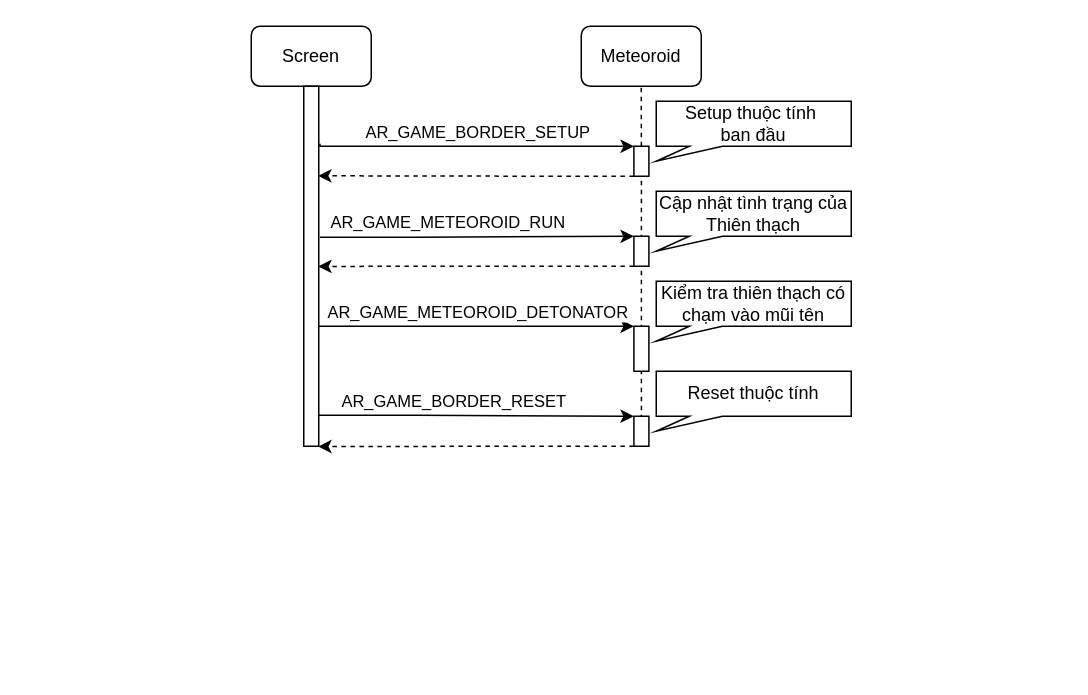
The draw.io diagram page "Page-2" (2 of 2) of meteoroid_sequence.drawio in QuocBuu/drawio, before the edit. Source tidied: cells renumbered, new cells numbered last; positions are measured from the earlier drawing's top-left corner, leaving out a move shared by most shapes. Both pictures are drawn from the tidied source at 150%, with x=0, y=0 at pixel (250, 26).
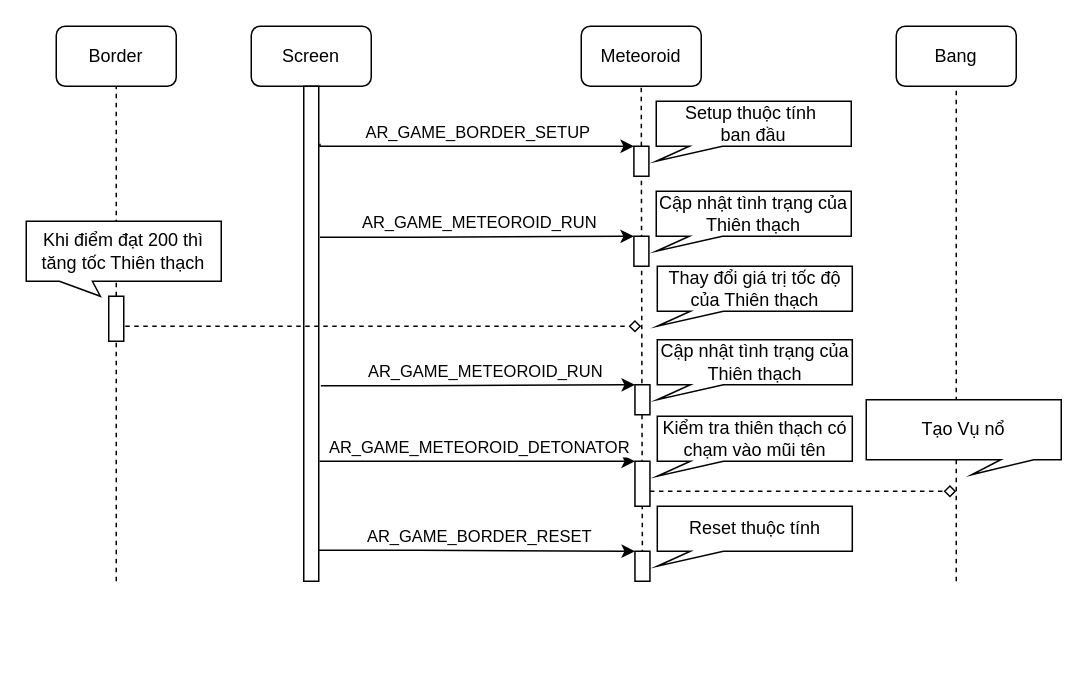
The same diagram, later.

Unchanged cells that the change refers to:
```xml
<mxCell id="10" style="rounded=0;whiteSpace=wrap;html=1;" parent="1" vertex="1">
  <mxGeometry x="255.1" y="80" width="10" height="20" as="geometry" />
</mxCell>
<mxCell id="19" style="edgeStyle=orthogonalEdgeStyle;rounded=0;jettySize=auto;html=1;entryX=0;entryY=0;entryDx=0;entryDy=0;exitX=1.076;exitY=0.265;exitDx=0;exitDy=0;exitPerimeter=0;" parent="1" edge="1" target="22">
  <mxGeometry relative="1" as="geometry">
    <mxPoint x="45.8" y="140.7" as="sourcePoint" />
    <Array as="points">
      <mxPoint x="110" y="141" />
    </Array>
  </mxGeometry>
</mxCell>
<mxCell id="22" style="rounded=0;whiteSpace=wrap;html=1;" parent="1" vertex="1">
  <mxGeometry x="255.1" y="140" width="10" height="20" as="geometry" />
</mxCell>
```

What changed in the source:
```diff
@@
-    <mxCell id="9" style="edgeStyle=orthogonalEdgeStyle;rounded=0;jettySize=auto;html=1;exitX=0;exitY=1;exitDx=0;exitDy=0;entryX=0.953;entryY=0.157;entryDx=0;entryDy=0;entryPerimeter=0;dashed=1;" parent="1" edge="1" source="10">
-      <mxGeometry relative="1" as="geometry">
-        <mxPoint x="44.5" y="99.7" as="targetPoint" />
-        <Array as="points">
-          <mxPoint x="210" y="100" />
-          <mxPoint x="210" y="100" />
-        </Array>
-      </mxGeometry>
-    </mxCell>
@@
+    <mxCell id="28" style="edgeStyle=orthogonalEdgeStyle;rounded=0;jettySize=auto;html=1;dashed=1;endArrow=diamond;endFill=0;" parent="1" edge="1" source="11">
+      <mxGeometry relative="1" as="geometry">
+        <mxPoint x="470" y="310" as="targetPoint" />
+        <Array as="points">
+          <mxPoint x="470" y="310" />
+        </Array>
+      </mxGeometry>
+    </mxCell>
     <mxCell id="11" style="rounded=0;whiteSpace=wrap;html=1;" parent="1" vertex="1">
-      <mxGeometry x="255.1" y="200" width="10" height="30" as="geometry" />
+      <mxGeometry x="255.8" y="290" width="10" height="30" as="geometry" />
     </mxCell>
     <mxCell id="12" style="edgeStyle=orthogonalEdgeStyle;rounded=0;jettySize=auto;html=1;entryX=0;entryY=0;entryDx=0;entryDy=0;exitX=0.983;exitY=0.421;exitDx=0;exitDy=0;exitPerimeter=0;" parent="1" edge="1" target="11">
       <mxGeometry relative="1" as="geometry">
-        <mxPoint x="44.8" y="200" as="sourcePoint" />
+        <mxPoint x="45.5" y="290" as="sourcePoint" />
         <Array as="points">
-          <mxPoint x="190" y="200" />
-          <mxPoint x="190" y="200" />
+          <mxPoint x="190.7" y="290" />
+          <mxPoint x="190.7" y="290" />
         </Array>
       </mxGeometry>
     </mxCell>
@@
     <mxCell id="14" style="edgeStyle=orthogonalEdgeStyle;rounded=0;jettySize=auto;html=1;entryX=0;entryY=0;entryDx=0;entryDy=0;exitX=0.933;exitY=0.577;exitDx=0;exitDy=0;exitPerimeter=0;" parent="1" edge="1" target="17">
       <mxGeometry relative="1" as="geometry">
-        <mxPoint x="44.3" y="259.3" as="sourcePoint" />
+        <mxPoint x="45" y="349.3" as="sourcePoint" />
         <Array as="points">
-          <mxPoint x="110" y="259" />
+          <mxPoint x="110.7" y="349" />
         </Array>
       </mxGeometry>
     </mxCell>
     <mxCell id="15" value="AR_GAME_BORDER_RESET" style="edgeLabel;html=1;align=center;verticalAlign=middle;" parent="14" vertex="1">
       <mxGeometry x="-0.03" y="-2" relative="1" as="geometry">
-        <mxPoint x="-12" y="-12" as="offset" />
+        <mxPoint x="5" y="-12" as="offset" />
       </mxGeometry>
     </mxCell>
-    <mxCell id="16" style="edgeStyle=orthogonalEdgeStyle;rounded=0;jettySize=auto;html=1;exitX=0;exitY=1;exitDx=0;exitDy=0;dashed=1;entryX=0.961;entryY=0.632;entryDx=0;entryDy=0;entryPerimeter=0;" parent="1" edge="1" source="17">
-      <mxGeometry relative="1" as="geometry">
-        <mxPoint x="44.6" y="280.2" as="targetPoint" />
-        <Array as="points">
-          <mxPoint x="180" y="280" />
-        </Array>
-      </mxGeometry>
-    </mxCell>
     <mxCell id="17" style="rounded=0;whiteSpace=wrap;html=1;" parent="1" vertex="1">
-      <mxGeometry x="255.1" y="260" width="10" height="20" as="geometry" />
+      <mxGeometry x="255.8" y="350" width="10" height="20" as="geometry" />
     </mxCell>
@@
     <mxCell id="20" value="AR_GAME_METEOROID_RUN" style="edgeLabel;html=1;align=center;verticalAlign=middle;" parent="19" vertex="1">
       <mxGeometry x="-0.03" y="-2" relative="1" as="geometry">
-        <mxPoint x="-17" y="-12" as="offset" />
+        <mxPoint x="4" y="-12" as="offset" />
       </mxGeometry>
     </mxCell>
-    <mxCell id="21" style="edgeStyle=orthogonalEdgeStyle;rounded=0;jettySize=auto;html=1;exitX=0;exitY=1;exitDx=0;exitDy=0;dashed=1;entryX=0.959;entryY=0.316;entryDx=0;entryDy=0;entryPerimeter=0;" parent="1" edge="1" source="22">
-      <mxGeometry relative="1" as="geometry">
-        <mxPoint x="44.6" y="160.1" as="targetPoint" />
-        <Array as="points">
-          <mxPoint x="180" y="160" />
-        </Array>
-      </mxGeometry>
-    </mxCell>
@@
     <mxCell id="24" style="edgeStyle=orthogonalEdgeStyle;rounded=0;orthogonalLoop=1;jettySize=auto;html=1;exitX=0.5;exitY=1;exitDx=0;exitDy=0;" parent="1" edge="1">
       <mxGeometry relative="1" as="geometry">
-        <mxPoint x="40" y="420" as="sourcePoint" />
-        <mxPoint x="40" y="420" as="targetPoint" />
+        <mxPoint x="404.2" y="139" as="sourcePoint" />
+        <mxPoint x="404.2" y="139" as="targetPoint" />
       </mxGeometry>
     </mxCell>
     <mxCell id="25" style="rounded=0;whiteSpace=wrap;html=1;" parent="1" vertex="1">
-      <mxGeometry x="35" y="40" width="10" height="240" as="geometry" />
+      <mxGeometry x="35" y="40" width="10" height="330" as="geometry" />
     </mxCell>
     <mxCell id="26" value="Kiểm tra thiên thạch có chạm vào mũi tên" style="shape=callout;whiteSpace=wrap;html=1;perimeter=calloutPerimeter;position2=0;base=22;size=10;position=0.17;" parent="1" vertex="1">
-      <mxGeometry x="270" y="170" width="130" height="40" as="geometry" />
+      <mxGeometry x="270.7" y="260" width="130" height="40" as="geometry" />
     </mxCell>
     <mxCell id="27" value="Reset thuộc tính" style="shape=callout;whiteSpace=wrap;html=1;perimeter=calloutPerimeter;position2=0;base=22;size=10;position=0.17;" parent="1" vertex="1">
-      <mxGeometry x="270" y="230" width="130" height="40" as="geometry" />
+      <mxGeometry x="270.7" y="320" width="130" height="40" as="geometry" />
     </mxCell>
+    <mxCell id="29" value="Border" style="rounded=1;whiteSpace=wrap;html=1;" parent="1" vertex="1">
+      <mxGeometry x="-130" width="80" height="40" as="geometry" />
+    </mxCell>
+    <mxCell id="30" style="endArrow=none;dashed=1;html=1;rounded=0;entryX=0.5;entryY=1;entryDx=0;entryDy=0;" parent="1" edge="1" source="38" target="29">
+      <mxGeometry relative="1" as="geometry" />
+    </mxCell>
+    <mxCell id="31" style="edgeStyle=orthogonalEdgeStyle;rounded=0;jettySize=auto;html=1;entryX=0;entryY=0;entryDx=0;entryDy=0;exitX=1.076;exitY=0.265;exitDx=0;exitDy=0;exitPerimeter=0;" parent="1" edge="1" target="33">
+      <mxGeometry relative="1" as="geometry">
+        <mxPoint x="46.4" y="239.7" as="sourcePoint" />
+        <Array as="points">
+          <mxPoint x="110.7" y="240" />
+        </Array>
+      </mxGeometry>
+    </mxCell>
+    <mxCell id="32" value="AR_GAME_METEOROID_RUN" style="edgeLabel;html=1;align=center;verticalAlign=middle;" parent="31" vertex="1">
+      <mxGeometry x="-0.03" y="-2" relative="1" as="geometry">
+        <mxPoint x="7" y="-12" as="offset" />
+      </mxGeometry>
+    </mxCell>
+    <mxCell id="33" style="rounded=0;whiteSpace=wrap;html=1;" parent="1" vertex="1">
+      <mxGeometry x="255.8" y="239" width="10" height="20" as="geometry" />
+    </mxCell>
+    <mxCell id="34" value="Cập nhật tình trạng của Thiên thạch" style="shape=callout;whiteSpace=wrap;html=1;perimeter=calloutPerimeter;position2=0;base=22;size=10;position=0.17;" parent="1" vertex="1">
+      <mxGeometry x="270.7" y="209" width="130" height="40" as="geometry" />
+    </mxCell>
+    <mxCell id="35" style="edgeStyle=orthogonalEdgeStyle;rounded=0;orthogonalLoop=1;jettySize=auto;html=1;dashed=1;endArrow=diamond;endFill=0;" parent="1" edge="1">
+      <mxGeometry relative="1" as="geometry">
+        <mxPoint x="-90" y="200" as="sourcePoint" />
+        <mxPoint x="260" y="200" as="targetPoint" />
+        <Array as="points">
+          <mxPoint x="-90" y="200" />
+        </Array>
+      </mxGeometry>
+    </mxCell>
+    <mxCell id="36" value="Thay đổi giá trị tốc độ của Thiên thạch" style="shape=callout;whiteSpace=wrap;html=1;perimeter=calloutPerimeter;position2=0;base=22;size=10;position=0.17;" parent="1" vertex="1">
+      <mxGeometry x="270.7" y="160" width="130" height="40" as="geometry" />
+    </mxCell>
+    <mxCell id="37" style="endArrow=none;dashed=1;html=1;rounded=0;entryX=0.5;entryY=1;entryDx=0;entryDy=0;" parent="1" edge="1" target="38">
+      <mxGeometry relative="1" as="geometry">
+        <mxPoint x="-90" y="370" as="sourcePoint" />
+      </mxGeometry>
+    </mxCell>
+    <mxCell id="38" style="rounded=0;whiteSpace=wrap;html=1;" parent="1" vertex="1">
+      <mxGeometry x="-95" y="180" width="10" height="30" as="geometry" />
+    </mxCell>
+    <mxCell id="39" value="Khi điểm đạt 200 thì tăng tốc Thiên thạch" style="shape=callout;whiteSpace=wrap;html=1;perimeter=calloutPerimeter;position2=0.38;base=22;size=10;position=0.17;" parent="1" vertex="1">
+      <mxGeometry x="-150" y="130" width="130" height="50" as="geometry" />
+    </mxCell>
+    <mxCell id="40" value="Bang" style="rounded=1;whiteSpace=wrap;html=1;" parent="1" vertex="1">
+      <mxGeometry x="430" width="80" height="40" as="geometry" />
+    </mxCell>
+    <mxCell id="41" style="endArrow=none;dashed=1;html=1;rounded=0;entryX=0.5;entryY=1;entryDx=0;entryDy=0;" parent="1" edge="1" target="40">
+      <mxGeometry relative="1" as="geometry">
+        <mxPoint x="470" y="370" as="sourcePoint" />
+      </mxGeometry>
+    </mxCell>
+    <mxCell id="42" value="Tạo Vụ nổ" style="shape=callout;whiteSpace=wrap;html=1;perimeter=calloutPerimeter;position2=0.54;base=22;size=10;position=0.69;" parent="1" vertex="1">
+      <mxGeometry x="410" y="249" width="130" height="50" as="geometry" />
+    </mxCell>
```
